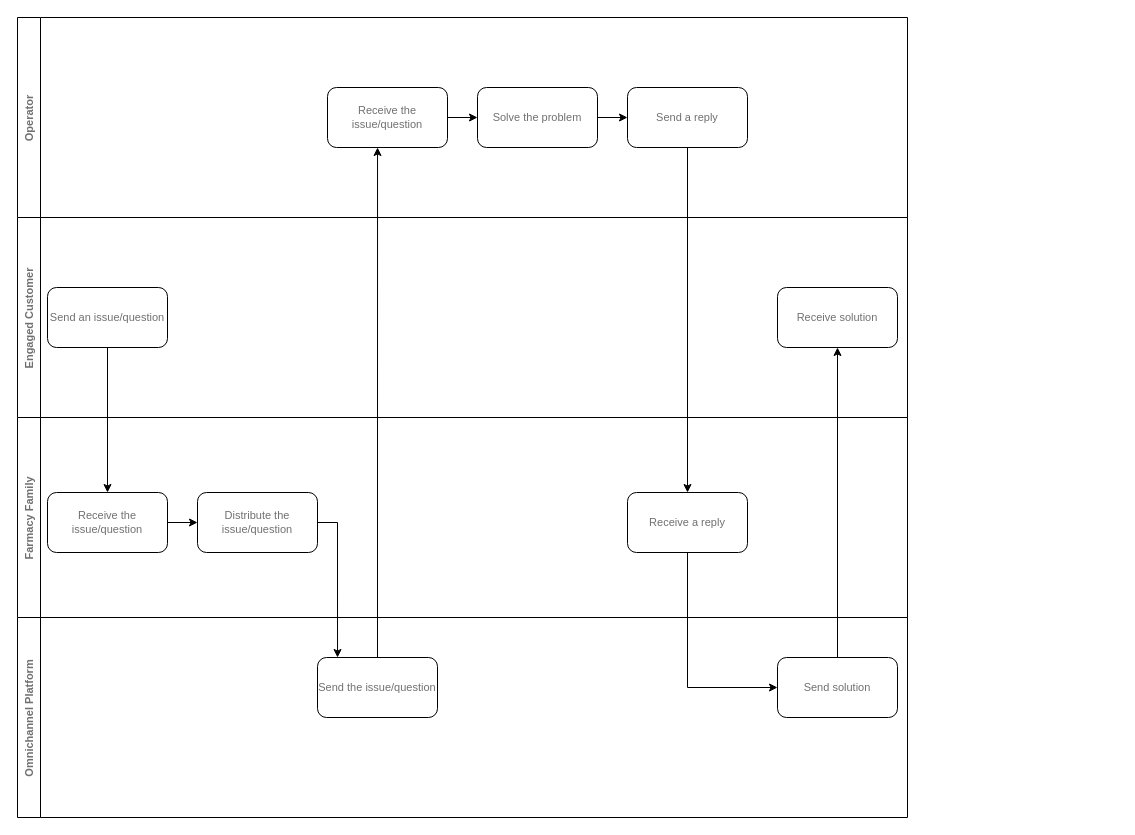
Earlier version of the draw.io diagram analysis/CJM4_Operator.drawio (sakosy/arch_katas_2021). Source tidied: cells renumbered, new cells numbered last; positions are measured from the earlier drawing's top-left corner, leaving out a move shared by most shapes. Both pictures are drawn from the tidied source at 100%, with x=0, y=0 at pixel (17, 17).
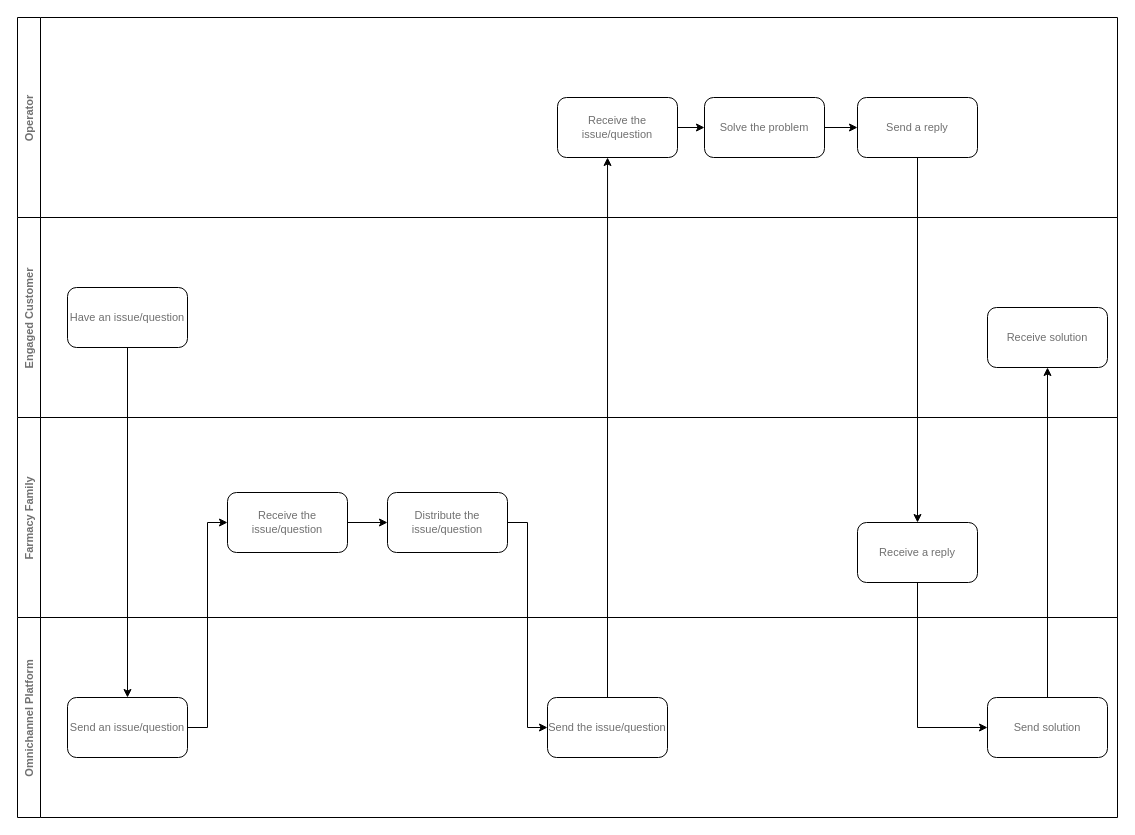
Above is the later version.

Commit message (it also covers changes not shown here):
Upd CJM4 Operator

Change to the diagram source:
```diff
@@
     <mxCell id="2" value="Operator" style="swimlane;horizontal=0;fontFamily=PT Mono;fontSize=11;fontColor=#707070;fillColor=default;" parent="1" vertex="1">
-      <mxGeometry width="890" height="200" as="geometry" />
+      <mxGeometry width="1100" height="200" as="geometry" />
     </mxCell>
@@
     <mxCell id="4" value="Receive&amp;nbsp;the issue/question" style="rounded=1;whiteSpace=wrap;html=1;fontFamily=PT Mono;fontSize=11;fontColor=#707070;" parent="2" vertex="1">
-      <mxGeometry x="310" y="70" width="120" height="60" as="geometry" />
+      <mxGeometry x="540" y="80" width="120" height="60" as="geometry" />
     </mxCell>
@@
     <mxCell id="6" value="Solve the problem" style="rounded=1;whiteSpace=wrap;html=1;fontFamily=PT Mono;fontSize=11;fontColor=#707070;" parent="2" vertex="1">
-      <mxGeometry x="460" y="70" width="120" height="60" as="geometry" />
+      <mxGeometry x="687" y="80" width="120" height="60" as="geometry" />
     </mxCell>
     <mxCell id="7" value="Send a reply" style="rounded=1;whiteSpace=wrap;html=1;fontFamily=PT Mono;fontSize=11;fontColor=#707070;" parent="2" vertex="1">
-      <mxGeometry x="610" y="70" width="120" height="60" as="geometry" />
+      <mxGeometry x="840" y="80" width="120" height="60" as="geometry" />
     </mxCell>
     <mxCell id="8" value="Engaged Customer" style="swimlane;horizontal=0;fontFamily=PT Mono;fontSize=11;fontColor=#707070;" parent="1" vertex="1">
-      <mxGeometry y="200" width="890" height="200" as="geometry" />
+      <mxGeometry y="200" width="1100" height="200" as="geometry" />
     </mxCell>
-    <mxCell id="9" value="Send an issue/question" style="rounded=1;whiteSpace=wrap;html=1;fontFamily=PT Mono;fontSize=11;fontColor=#707070;" parent="8" vertex="1">
-      <mxGeometry x="30" y="70" width="120" height="60" as="geometry" />
-    </mxCell>
     <mxCell id="10" value="Receive solution" style="rounded=1;whiteSpace=wrap;html=1;fontFamily=PT Mono;fontSize=11;fontColor=#707070;" parent="8" vertex="1">
-      <mxGeometry x="760" y="70" width="120" height="60" as="geometry" />
+      <mxGeometry x="970" y="90" width="120" height="60" as="geometry" />
     </mxCell>
+    <mxCell id="26" value="Have an issue/question" style="rounded=1;whiteSpace=wrap;html=1;fontFamily=PT Mono;fontSize=11;fontColor=#707070;" parent="8" vertex="1">
+      <mxGeometry x="50" y="70" width="120" height="60" as="geometry" />
+    </mxCell>
     <mxCell id="11" value="Farmacy Family" style="swimlane;horizontal=0;fontFamily=PT Mono;fontSize=11;fontColor=#707070;" parent="1" vertex="1">
-      <mxGeometry y="400" width="890" height="200" as="geometry" />
+      <mxGeometry y="400" width="1100" height="200" as="geometry" />
     </mxCell>
@@
     <mxCell id="13" value="Receive&amp;nbsp;the issue/question" style="rounded=1;whiteSpace=wrap;html=1;fontFamily=PT Mono;fontSize=11;fontColor=#707070;" parent="11" vertex="1">
-      <mxGeometry x="30" y="75" width="120" height="60" as="geometry" />
+      <mxGeometry x="210" y="75" width="120" height="60" as="geometry" />
     </mxCell>
     <mxCell id="14" value="Distribute the issue/question" style="rounded=1;whiteSpace=wrap;html=1;fontFamily=PT Mono;fontSize=11;fontColor=#707070;" parent="11" vertex="1">
-      <mxGeometry x="180" y="75" width="120" height="60" as="geometry" />
+      <mxGeometry x="370" y="75" width="120" height="60" as="geometry" />
     </mxCell>
     <mxCell id="15" value="Receive a reply" style="rounded=1;whiteSpace=wrap;html=1;fontFamily=PT Mono;fontSize=11;fontColor=#707070;" parent="11" vertex="1">
-      <mxGeometry x="610" y="75" width="120" height="60" as="geometry" />
+      <mxGeometry x="840" y="105" width="120" height="60" as="geometry" />
     </mxCell>
-    <mxCell id="16" style="edgeStyle=orthogonalEdgeStyle;rounded=0;jettySize=auto;html=1;exitX=0.5;exitY=1;exitDx=0;exitDy=0;entryX=0.5;entryY=0;entryDx=0;entryDy=0;" parent="1" edge="1" source="9" target="13">
-      <mxGeometry relative="1" as="geometry" />
-    </mxCell>
@@
     <mxCell id="18" value="Omnichannel Platform" style="swimlane;horizontal=0;fontFamily=PT Mono;fontSize=11;fontColor=#707070;" parent="1" vertex="1">
-      <mxGeometry y="600" width="890" height="200" as="geometry" />
+      <mxGeometry y="600" width="1100" height="200" as="geometry" />
     </mxCell>
@@
     <mxCell id="20" value="Send the issue/question" style="rounded=1;whiteSpace=wrap;html=1;fontFamily=PT Mono;fontSize=11;fontColor=#707070;" parent="18" vertex="1">
-      <mxGeometry x="300" y="40" width="120" height="60" as="geometry" />
+      <mxGeometry x="530" y="80" width="120" height="60" as="geometry" />
     </mxCell>
     <mxCell id="21" value="Send solution" style="rounded=1;whiteSpace=wrap;html=1;fontFamily=PT Mono;fontSize=11;fontColor=#707070;" parent="18" vertex="1">
-      <mxGeometry x="760" y="40" width="120" height="60" as="geometry" />
+      <mxGeometry x="970" y="80" width="120" height="60" as="geometry" />
     </mxCell>
+    <mxCell id="9" value="Send an issue/question" style="rounded=1;whiteSpace=wrap;html=1;fontFamily=PT Mono;fontSize=11;fontColor=#707070;" parent="18" vertex="1">
+      <mxGeometry x="50" y="80" width="120" height="60" as="geometry" />
+    </mxCell>
+    <mxCell id="23" style="edgeStyle=orthogonalEdgeStyle;rounded=0;jettySize=auto;html=1;exitX=0.5;exitY=0;exitDx=0;exitDy=0;entryX=0.417;entryY=1;entryDx=0;entryDy=0;entryPerimeter=0;" parent="1" edge="1" source="20" target="4">
+      <mxGeometry relative="1" as="geometry" />
+    </mxCell>
+    <mxCell id="25" style="edgeStyle=orthogonalEdgeStyle;rounded=0;jettySize=auto;html=1;exitX=0.5;exitY=1;exitDx=0;exitDy=0;entryX=0;entryY=0.5;entryDx=0;entryDy=0;" parent="1" edge="1" source="15" target="21">
+      <mxGeometry relative="1" as="geometry" />
+    </mxCell>
+    <mxCell id="27" style="edgeStyle=orthogonalEdgeStyle;rounded=0;jettySize=auto;html=1;exitX=0.5;exitY=1;exitDx=0;exitDy=0;" parent="1" edge="1" source="26" target="9">
+      <mxGeometry relative="1" as="geometry" />
+    </mxCell>
+    <mxCell id="16" style="edgeStyle=orthogonalEdgeStyle;rounded=0;jettySize=auto;html=1;exitX=1;exitY=0.5;exitDx=0;exitDy=0;entryX=0;entryY=0.5;entryDx=0;entryDy=0;" parent="1" edge="1" source="9" target="13">
+      <mxGeometry relative="1" as="geometry" />
+    </mxCell>
-    <mxCell id="22" style="edgeStyle=orthogonalEdgeStyle;rounded=0;jettySize=auto;html=1;exitX=1;exitY=0.5;exitDx=0;exitDy=0;entryX=0.167;entryY=0;entryDx=0;entryDy=0;entryPerimeter=0;" parent="1" edge="1" source="14" target="20">
+    <mxCell id="22" style="edgeStyle=orthogonalEdgeStyle;rounded=0;jettySize=auto;html=1;exitX=1;exitY=0.5;exitDx=0;exitDy=0;entryX=0;entryY=0.5;entryDx=0;entryDy=0;" parent="1" edge="1" source="14" target="20">
       <mxGeometry relative="1" as="geometry" />
     </mxCell>
-    <mxCell id="23" style="edgeStyle=orthogonalEdgeStyle;rounded=0;jettySize=auto;html=1;exitX=0.5;exitY=0;exitDx=0;exitDy=0;entryX=0.417;entryY=1;entryDx=0;entryDy=0;entryPerimeter=0;" parent="1" edge="1" source="20" target="4">
-      <mxGeometry relative="1" as="geometry" />
-    </mxCell>
-    <mxCell id="24" style="edgeStyle=orthogonalEdgeStyle;rounded=0;jettySize=auto;html=1;exitX=0.5;exitY=1;exitDx=0;exitDy=0;" parent="1" edge="1" source="7" target="15">
+    <mxCell id="24" style="edgeStyle=orthogonalEdgeStyle;rounded=0;jettySize=auto;html=1;exitX=0.5;exitY=1;exitDx=0;exitDy=0;entryX=0.5;entryY=0;entryDx=0;entryDy=0;" parent="1" edge="1" source="7" target="15">
       <mxGeometry relative="1" as="geometry" />
     </mxCell>
-    <mxCell id="25" style="edgeStyle=orthogonalEdgeStyle;rounded=0;jettySize=auto;html=1;exitX=0.5;exitY=1;exitDx=0;exitDy=0;entryX=0;entryY=0.5;entryDx=0;entryDy=0;" parent="1" edge="1" source="15" target="21">
-      <mxGeometry relative="1" as="geometry" />
-    </mxCell>
```
